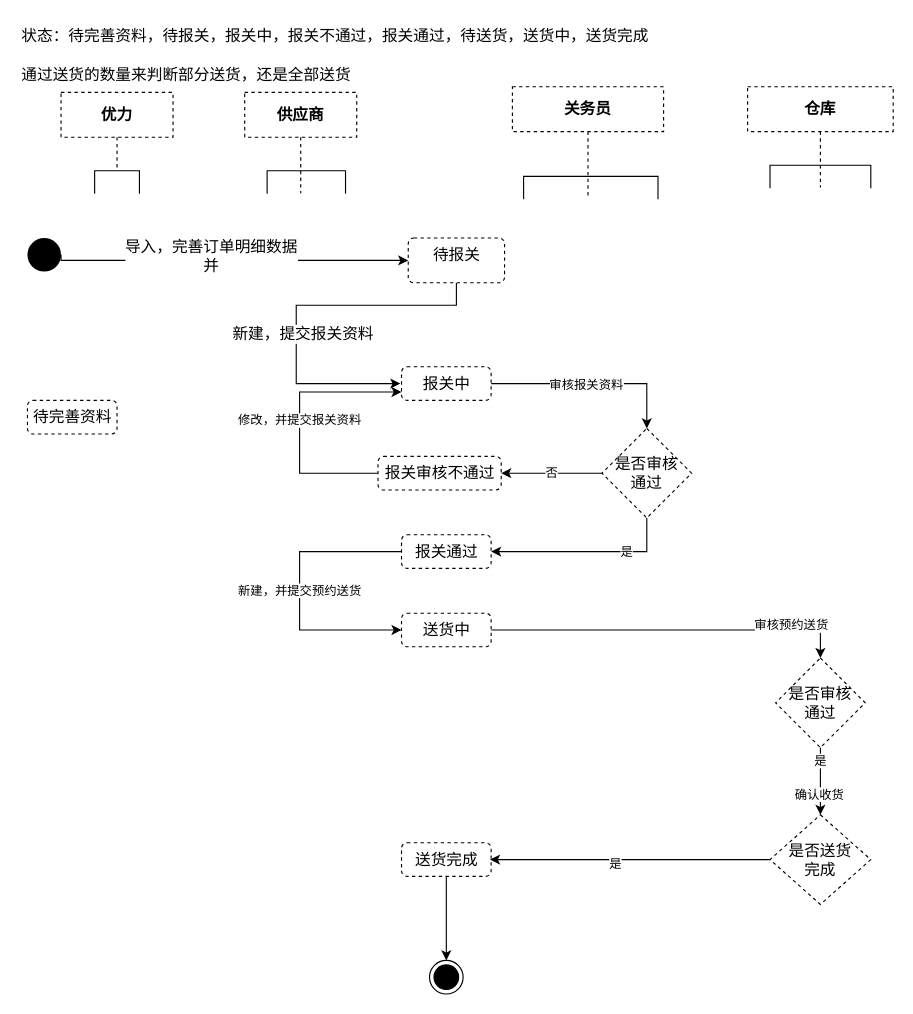
This is page "订单明细状态" (5 of 8) of wbooking docs/进区预约系统.drawio from sxc-one/e-conitl, a draw.io file, before an edit. Source tidied: cells renumbered, new cells numbered last; positions are measured from the earlier drawing's top-left corner, leaving out a move shared by most shapes. Both pictures are drawn from the tidied source at 112%, with x=0, y=0 at pixel (19, 19).
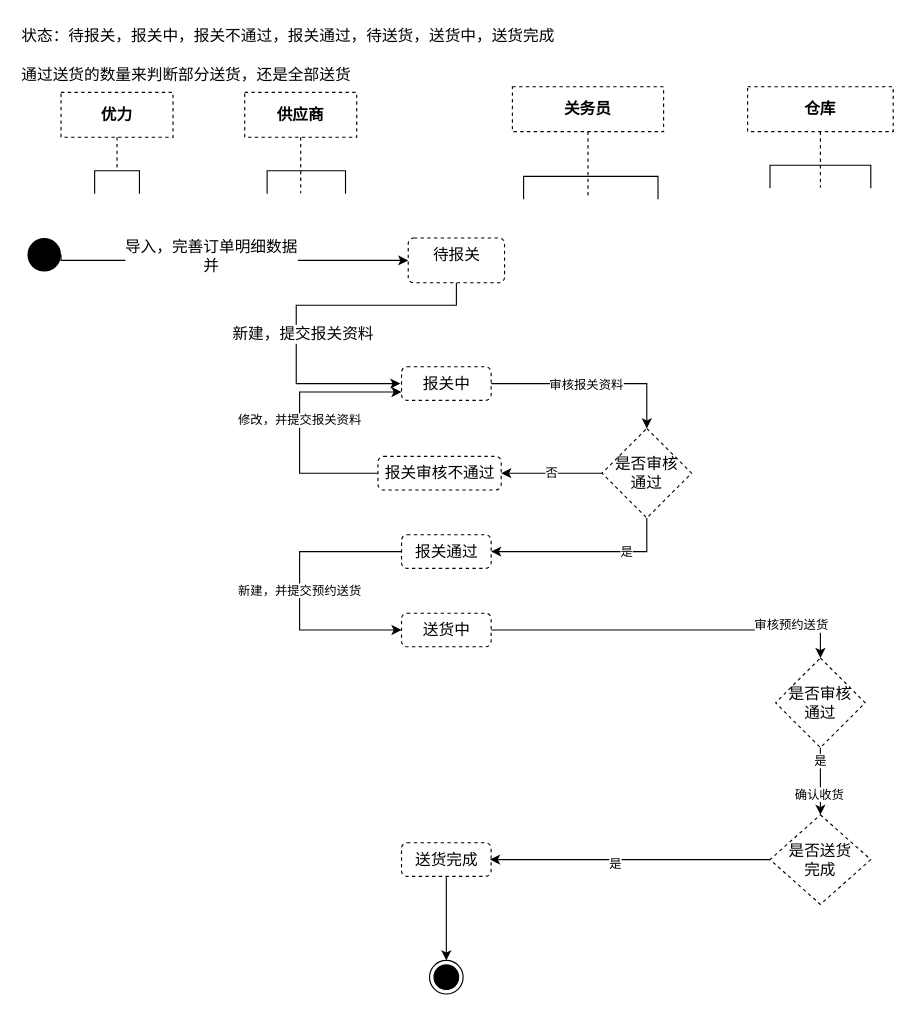
The same page after the edit.

Diff of the diagram source:
```diff
@@
-    <mxCell id="14" value="&lt;span style=&quot;color: rgb(0 , 0 , 0) ; font-family: &amp;#34;helvetica&amp;#34; ; font-size: 14px ; font-style: normal ; font-weight: 400 ; letter-spacing: normal ; text-align: center ; text-indent: 0px ; text-transform: none ; word-spacing: 0px ; background-color: rgb(255 , 255 , 255) ; display: inline ; float: none&quot;&gt;状态：待完善资料，待报关，报关&lt;/span&gt;&lt;span style=&quot;font-family: &amp;#34;helvetica&amp;#34; ; font-size: 14px ; text-align: center ; background-color: rgb(255 , 255 , 255)&quot;&gt;中，报关不通过，&lt;/span&gt;&lt;span style=&quot;font-family: &amp;#34;helvetica&amp;#34; ; font-size: 14px ; text-align: center ; background-color: rgb(255 , 255 , 255)&quot;&gt;报关通过，待送货，送货中，送货完成&lt;br&gt;&lt;br&gt;&lt;/span&gt;&lt;span style=&quot;font-family: &amp;#34;helvetica&amp;#34; ; font-size: 14px ; text-align: center ; background-color: rgb(255 , 255 , 255)&quot;&gt;通过送货的数量来判断部分送货，还是全部送货&lt;/span&gt;&lt;span style=&quot;font-family: &amp;#34;helvetica&amp;#34; ; font-size: 14px ; text-align: center ; background-color: rgb(255 , 255 , 255)&quot;&gt;&lt;br&gt;&lt;br&gt;&lt;/span&gt;&lt;span style=&quot;font-family: &amp;#34;helvetica&amp;#34; ; font-size: 14px ; text-align: center ; background-color: rgb(255 , 255 , 255)&quot;&gt;&lt;br&gt;&lt;/span&gt;" style="text;whiteSpace=wrap;html=1;" parent="1" vertex="1">
+    <mxCell id="14" value="&lt;span style=&quot;color: rgb(0 , 0 , 0) ; font-family: &amp;#34;helvetica&amp;#34; ; font-size: 14px ; font-style: normal ; font-weight: 400 ; letter-spacing: normal ; text-align: center ; text-indent: 0px ; text-transform: none ; word-spacing: 0px ; background-color: rgb(255 , 255 , 255) ; display: inline ; float: none&quot;&gt;状态：待报关，报关&lt;/span&gt;&lt;span style=&quot;font-family: &amp;#34;helvetica&amp;#34; ; font-size: 14px ; text-align: center ; background-color: rgb(255 , 255 , 255)&quot;&gt;中，报关不通过，&lt;/span&gt;&lt;span style=&quot;font-family: &amp;#34;helvetica&amp;#34; ; font-size: 14px ; text-align: center ; background-color: rgb(255 , 255 , 255)&quot;&gt;报关通过，待送货，送货中，送货完成&lt;br&gt;&lt;br&gt;&lt;/span&gt;&lt;span style=&quot;font-family: &amp;#34;helvetica&amp;#34; ; font-size: 14px ; text-align: center ; background-color: rgb(255 , 255 , 255)&quot;&gt;通过送货的数量来判断部分送货，还是全部送货&lt;/span&gt;&lt;span style=&quot;font-family: &amp;#34;helvetica&amp;#34; ; font-size: 14px ; text-align: center ; background-color: rgb(255 , 255 , 255)&quot;&gt;&lt;br&gt;&lt;br&gt;&lt;/span&gt;&lt;span style=&quot;font-family: &amp;#34;helvetica&amp;#34; ; font-size: 14px ; text-align: center ; background-color: rgb(255 , 255 , 255)&quot;&gt;&lt;br&gt;&lt;/span&gt;" style="text;whiteSpace=wrap;html=1;" parent="1" vertex="1">
       <mxGeometry width="780" height="80" as="geometry" />
     </mxCell>
@@
-    <mxCell id="39" value="待完善资料" style="html=1;align=center;verticalAlign=top;rounded=1;absoluteArcSize=1;arcSize=10;dashed=1;fontSize=14;" parent="1" vertex="1">
-      <mxGeometry x="7" y="340" width="80" height="30" as="geometry" />
-    </mxCell>
```
